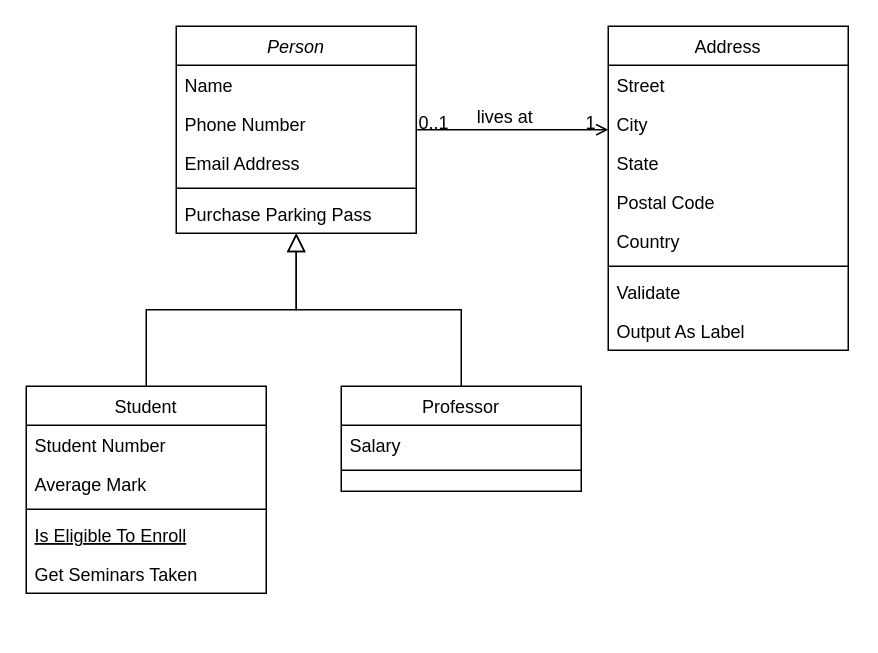
The draw.io diagram Class_Diagram.drawio in lsm8424/Lion_2D_Project_Team15, before the edit. Source tidied: cells renumbered, new cells numbered last; positions are measured from the earlier drawing's top-left corner, leaving out a move shared by most shapes. Both pictures are drawn from the tidied source at 150%, with x=0, y=0 at pixel (26, 26).
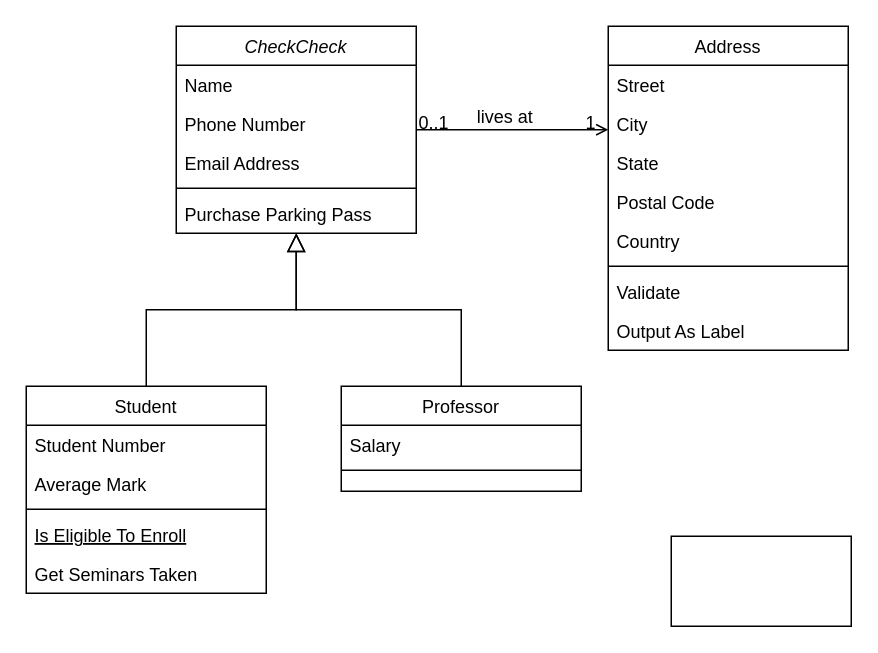
After the change.

Change to the diagram source:
```diff
@@
-    <mxCell id="2" value="Person" style="swimlane;fontStyle=2;align=center;verticalAlign=top;horizontal=1;startSize=26;rounded=0;shadow=0;strokeWidth=1;" parent="1" vertex="1">
+    <mxCell id="2" value="CheckCheck" style="swimlane;fontStyle=2;align=center;verticalAlign=top;horizontal=1;startSize=26;rounded=0;shadow=0;strokeWidth=1;" parent="1" vertex="1">
       <mxGeometry x="100" width="160" height="138" as="geometry" />
     </mxCell>
@@
+    <mxCell id="32" style="rounded=0;whiteSpace=wrap;html=1;" parent="1" vertex="1">
+      <mxGeometry x="430" y="340" width="120" height="60" as="geometry" />
+    </mxCell>
```
